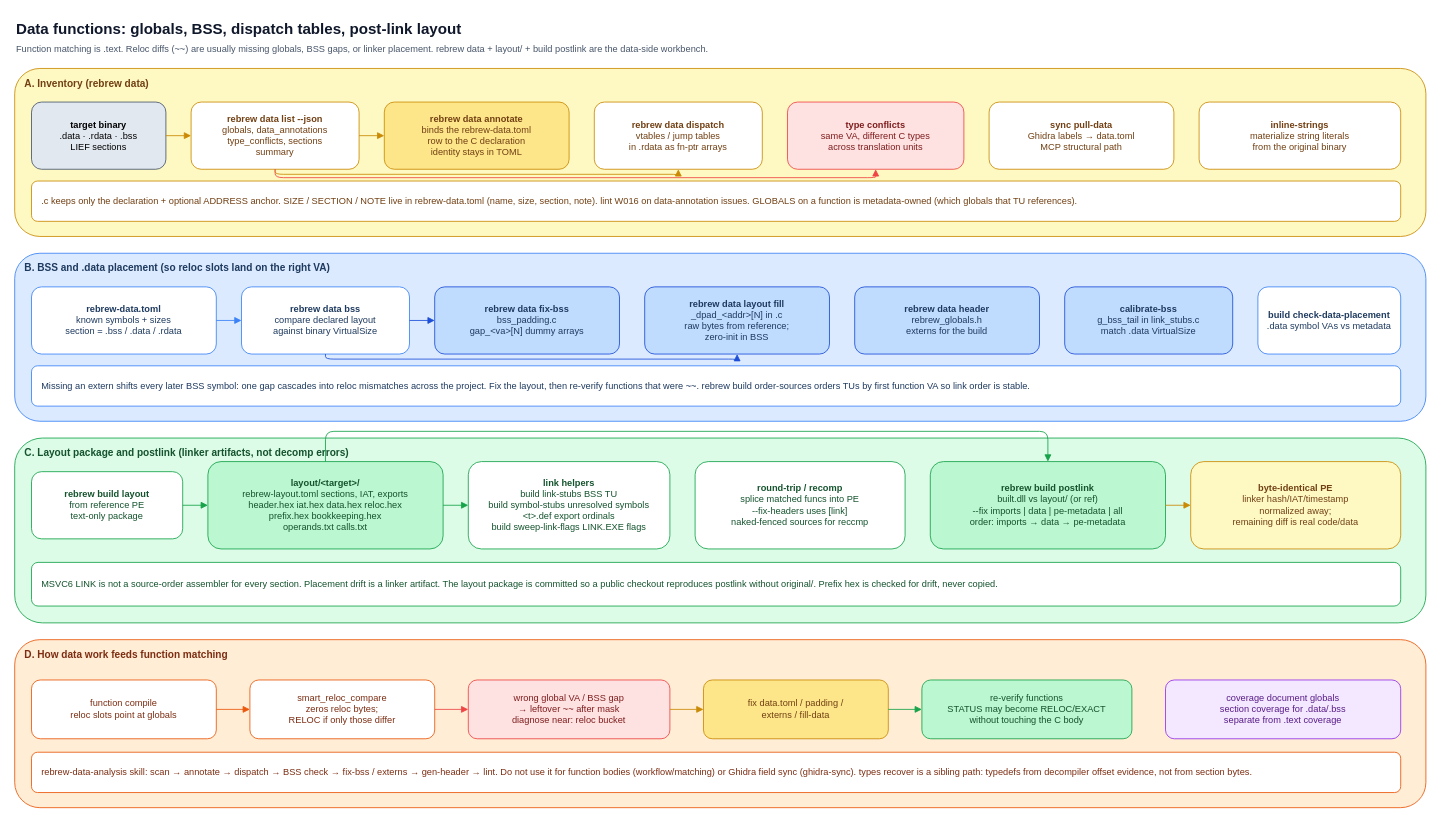
Before: page "7. Data, globals, layout" (6 of 6) of docs/architecture.drawio in maci0/rebrew, a draw.io diagram. Source tidied: cells renumbered, new cells numbered last; positions are measured from the earlier drawing's top-left corner, leaving out a move shared by most shapes. Both pictures are drawn from the tidied source at 84%, with x=0, y=0 at pixel (14, 14).
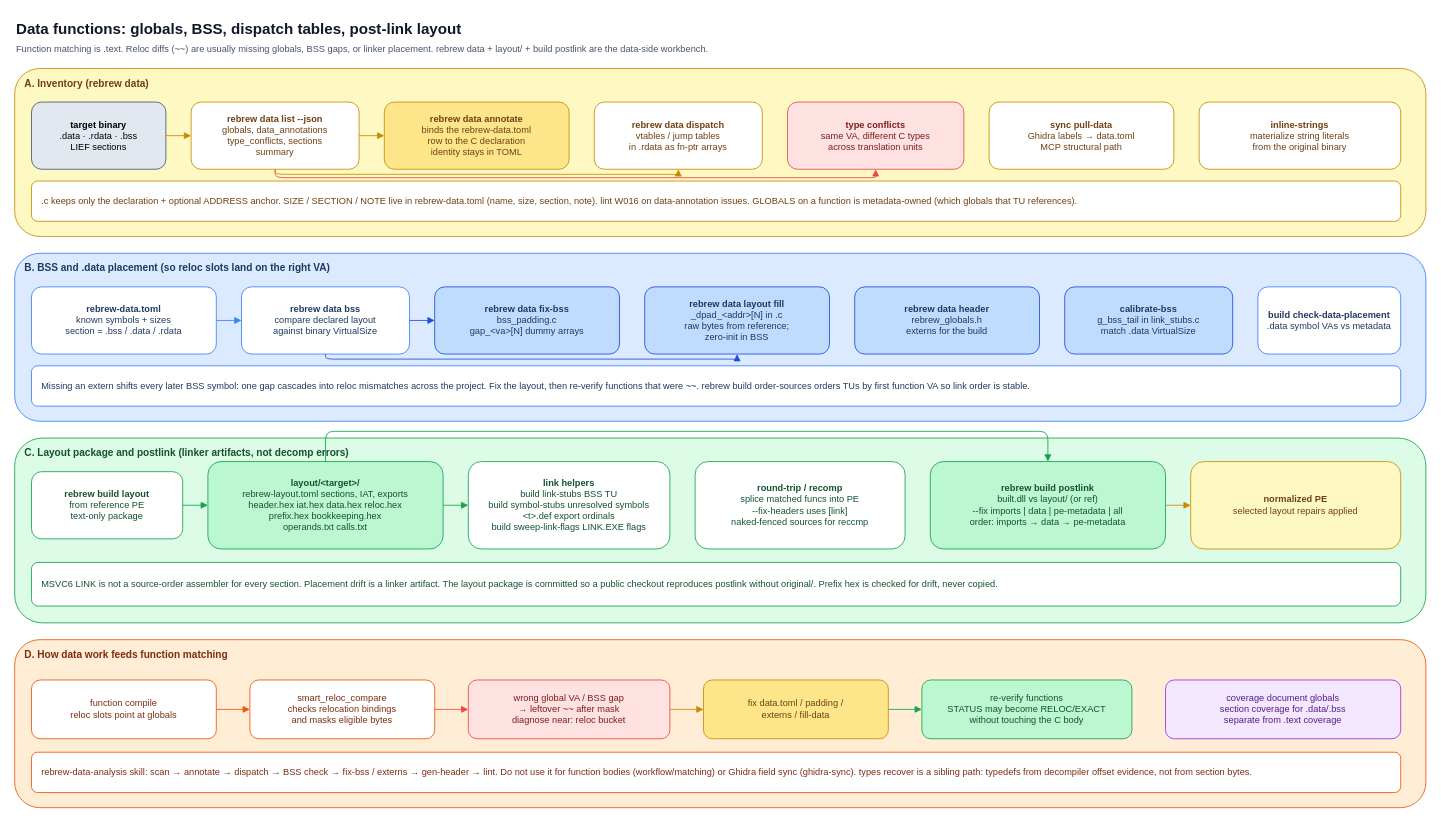
Above is the later version.

Diff of the diagram source:
```diff
@@
-    <mxCell id="35" value="&lt;b&gt;byte-identical PE&lt;/b&gt;&lt;br&gt;linker hash/IAT/timestamp&lt;br&gt;normalized away;&lt;br&gt;remaining diff is real code/data" style="rounded=1;whiteSpace=wrap;html=1;fillColor=#fef9c3;strokeColor=#ca8a04;fontColor=#713f12;align=center;fontSize=11;" parent="1" vertex="1">
+    <mxCell id="35" value="&lt;b&gt;normalized PE&lt;/b&gt;&lt;br&gt;selected layout repairs applied" style="rounded=1;whiteSpace=wrap;html=1;fillColor=#fef9c3;strokeColor=#ca8a04;fontColor=#713f12;align=center;fontSize=11;" parent="1" vertex="1">
       <mxGeometry x="1400" y="532" width="250" height="104" as="geometry" />
     </mxCell>
@@
-    <mxCell id="43" value="smart_reloc_compare&lt;br&gt;zeros reloc bytes;&lt;br&gt;RELOC if only those differ" style="rounded=1;whiteSpace=wrap;html=1;fillColor=#ffffff;strokeColor=#ea580c;fontColor=#7c2d12;align=center;fontSize=11;" parent="1" vertex="1">
+    <mxCell id="43" value="smart_reloc_compare&lt;br&gt;checks relocation bindings&lt;br&gt;and masks eligible bytes" style="rounded=1;whiteSpace=wrap;html=1;fillColor=#ffffff;strokeColor=#ea580c;fontColor=#7c2d12;align=center;fontSize=11;" parent="1" vertex="1">
       <mxGeometry x="280" y="792" width="220" height="70" as="geometry" />
     </mxCell>
```
